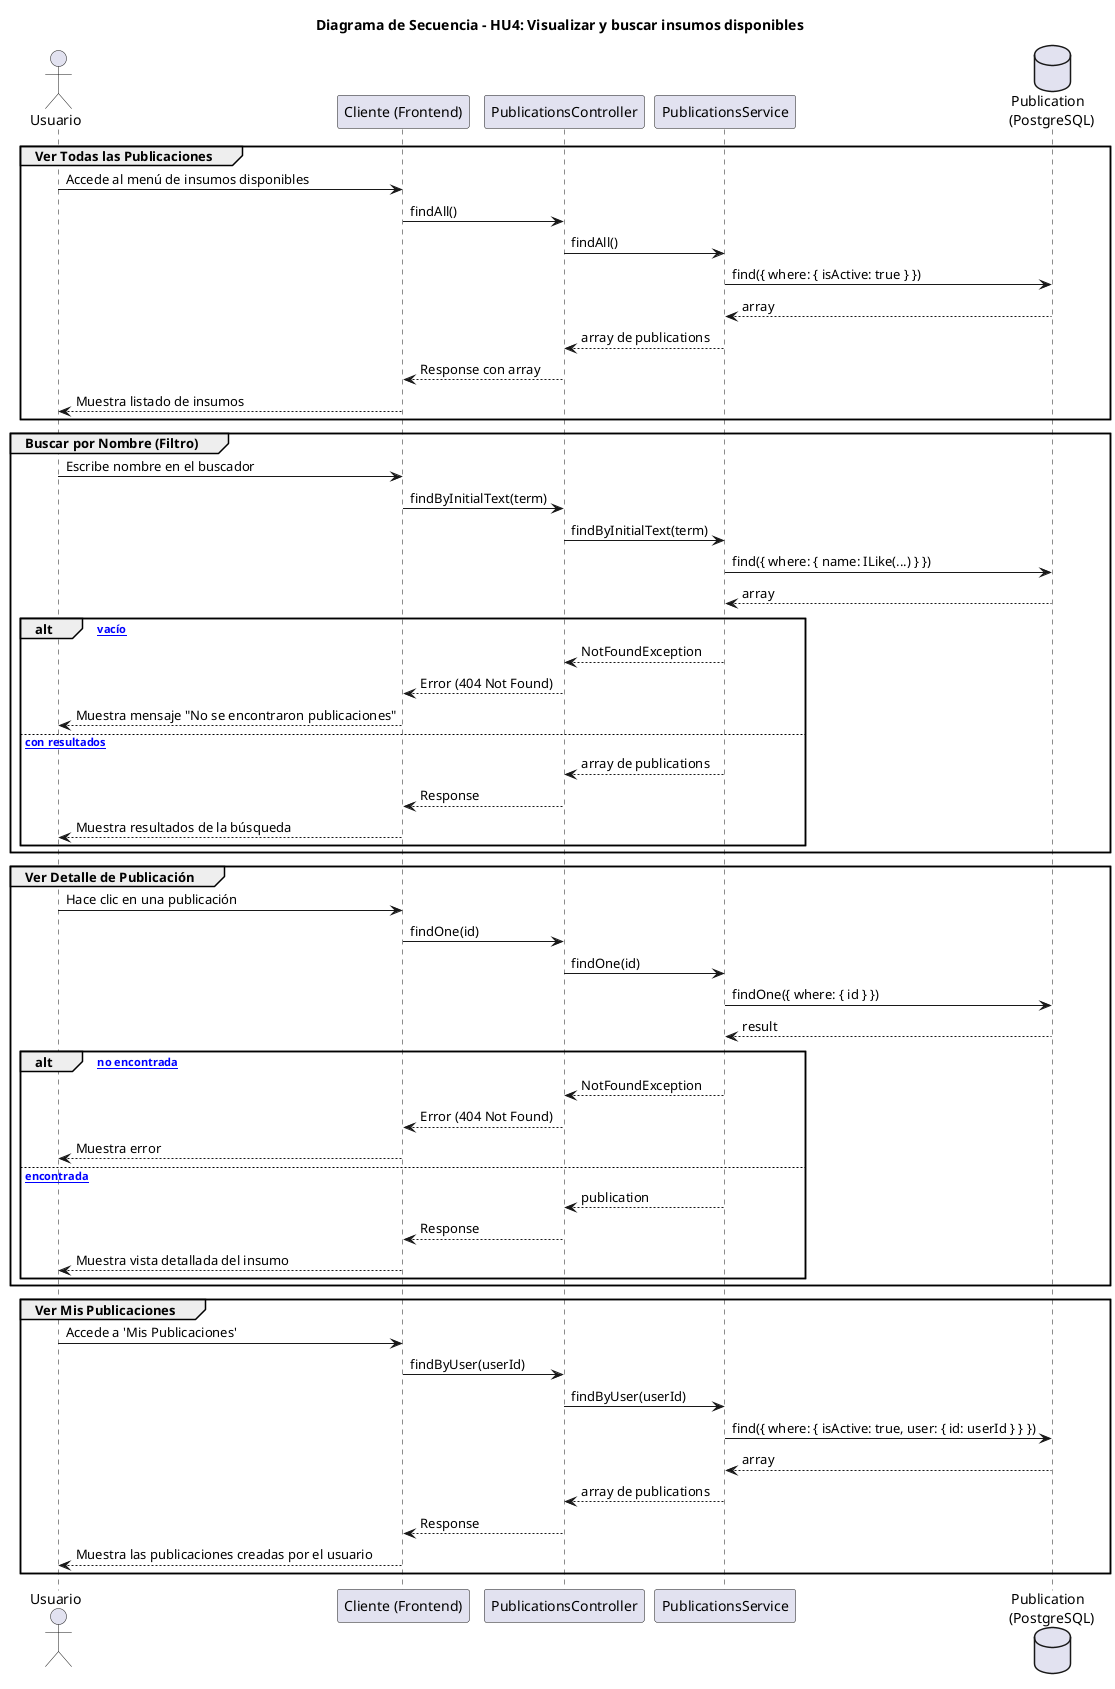
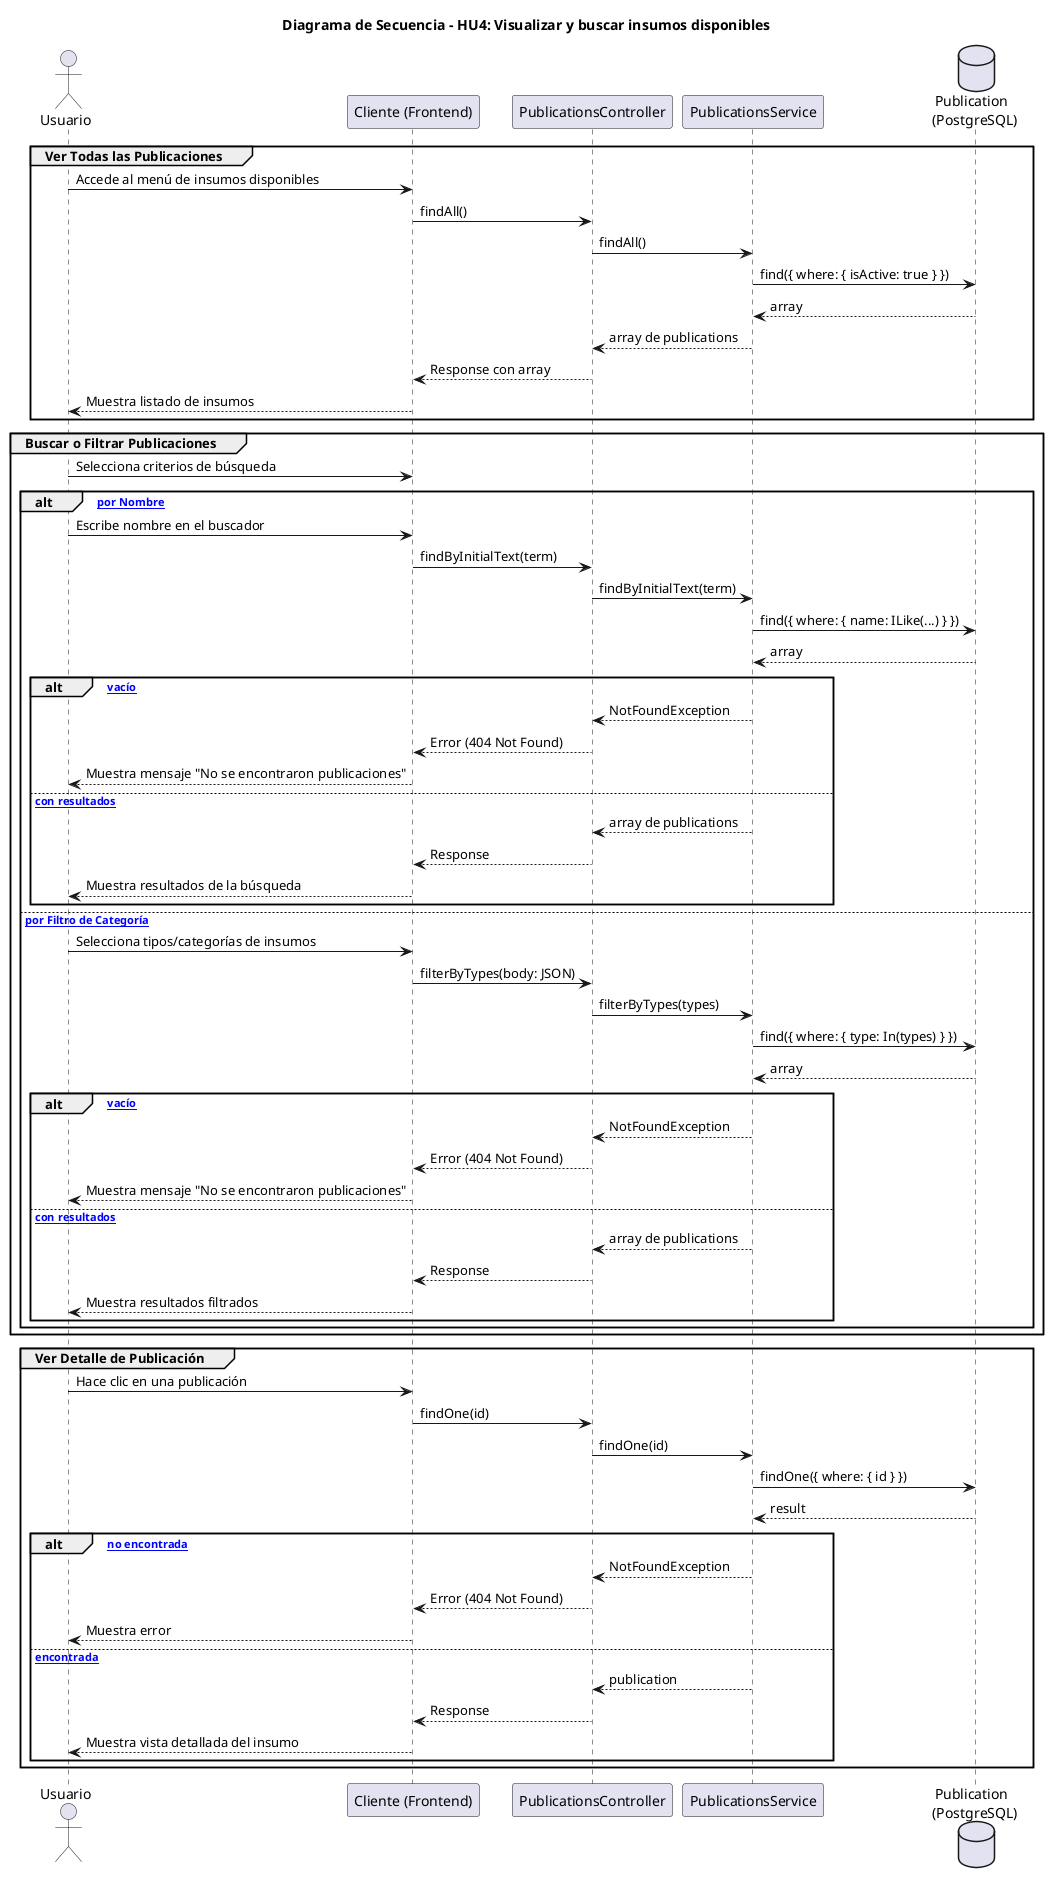
@startuml
title Diagrama de Secuencia - HU4: Visualizar y buscar insumos disponibles

actor "Usuario" as User
participant "Cliente (Frontend)" as Client
participant "PublicationsController" as Controller
participant "PublicationsService" as Service
database "Publication \n (PostgreSQL)" as DB

group Ver Todas las Publicaciones
    User -> Client: Accede al menú de insumos disponibles
    Client -> Controller: findAll()
    Controller -> Service: findAll()

    Service -> DB: find({ where: { isActive: true } })
    DB --> Service: array

    Service --> Controller: array de publications
    Controller --> Client: Response con array
    Client --> User: Muestra listado de insumos
end

- group Buscar por Nombre (Filtro)
-     User -> Client: Escribe nombre en el buscador
-     Client -> Controller: findByInitialText(term)
-     Controller -> Service: findByInitialText(term)
+ group Buscar o Filtrar Publicaciones
+     User -> Client: Selecciona criterios de búsqueda

-     Service -> DB: find({ where: { name: ILike(...) } })
-     DB --> Service: array
+     alt [Búsqueda por Nombre]
+         User -> Client: Escribe nombre en el buscador
+         Client -> Controller: findByInitialText(term)
+         Controller -> Service: findByInitialText(term)

-     alt [array vacío]
-         Service --> Controller: NotFoundException
-         Controller --> Client: Error (404 Not Found)
-         Client --> User: Muestra mensaje "No se encontraron publicaciones"
-     else [array con resultados]
-         Service --> Controller: array de publications
-         Controller --> Client: Response
-         Client --> User: Muestra resultados de la búsqueda
+         Service -> DB: find({ where: { name: ILike(...) } })
+         DB --> Service: array
+ 
+         alt [array vacío]
+             Service --> Controller: NotFoundException
+             Controller --> Client: Error (404 Not Found)
+             Client --> User: Muestra mensaje "No se encontraron publicaciones"
+         else [array con resultados]
+             Service --> Controller: array de publications
+             Controller --> Client: Response
+             Client --> User: Muestra resultados de la búsqueda
+         end
+ 
+     else [Búsqueda por Filtro de Categoría]
+         User -> Client: Selecciona tipos/categorías de insumos
+         Client -> Controller: filterByTypes(body: JSON)
+         Controller -> Service: filterByTypes(types)
+ 
+         Service -> DB: find({ where: { type: In(types) } })
+         DB --> Service: array
+ 
+         alt [array vacío]
+             Service --> Controller: NotFoundException
+             Controller --> Client: Error (404 Not Found)
+             Client --> User: Muestra mensaje "No se encontraron publicaciones"
+         else [array con resultados]
+             Service --> Controller: array de publications
+             Controller --> Client: Response
+             Client --> User: Muestra resultados filtrados
+         end
    end
end

group Ver Detalle de Publicación
    User -> Client: Hace clic en una publicación
    Client -> Controller: findOne(id)
    Controller -> Service: findOne(id)

    Service -> DB: findOne({ where: { id } })
    DB --> Service: result

    alt [Publicación no encontrada]
        Service --> Controller: NotFoundException
        Controller --> Client: Error (404 Not Found)
        Client --> User: Muestra error
    else [Publicación encontrada]
        Service --> Controller: publication
        Controller --> Client: Response
        Client --> User: Muestra vista detallada del insumo
    end
end

- group Ver Mis Publicaciones
-     User -> Client: Accede a 'Mis Publicaciones'
-     Client -> Controller: findByUser(userId)
-     Controller -> Service: findByUser(userId)
- 
-     Service -> DB: find({ where: { isActive: true, user: { id: userId } } })
-     DB --> Service: array
- 
-     Service --> Controller: array de publications
-     Controller --> Client: Response
-     Client --> User: Muestra las publicaciones creadas por el usuario
- end
- 
@enduml
